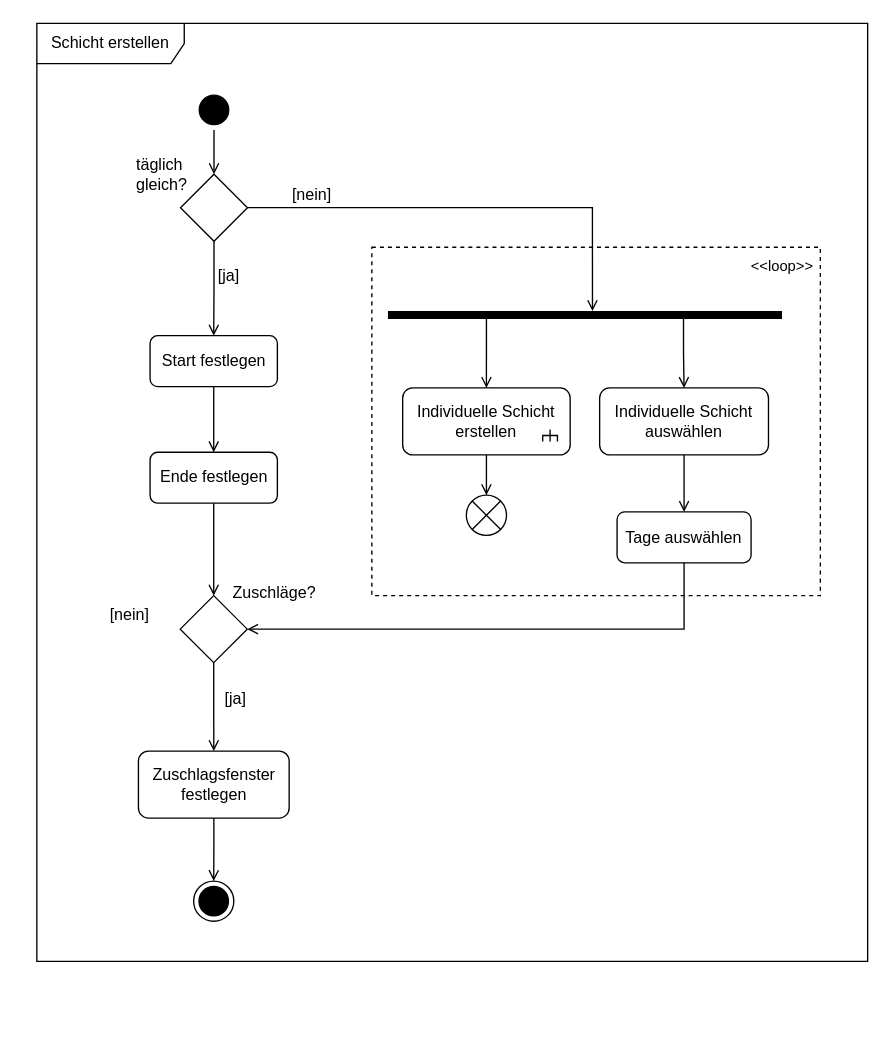
Earlier version of the draw.io diagram 4_Entwurf/4_UML/4_UML_Aktivitätsdiagramme/ad_SchichtErstellen.drawio (annikalenneper/praxisprojekt_mi_bachelor_SoSe24). Source tidied: cells renumbered, new cells numbered last; positions are measured from the earlier drawing's top-left corner, leaving out a move shared by most shapes. Both pictures are drawn from the tidied source at 134%, with x=0, y=0 at pixel (36, 23).
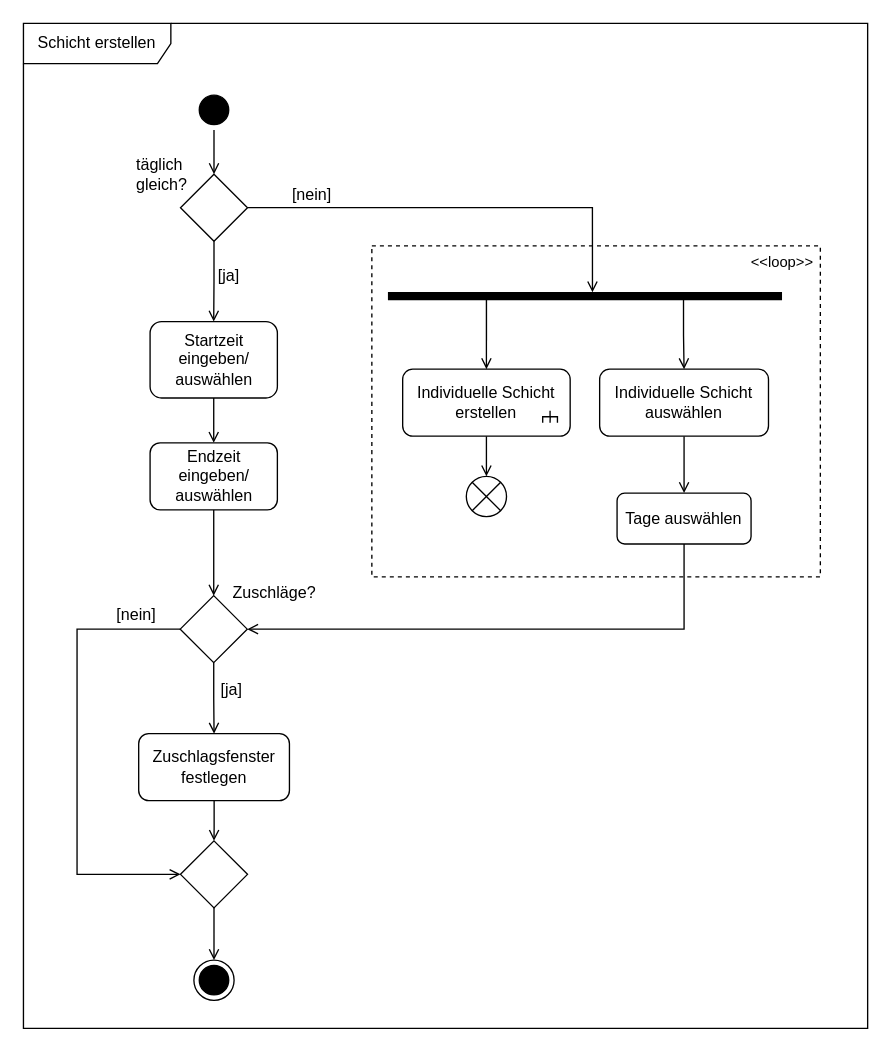
After the change.

Commit message:
added missing merge-node to ad "create shift"

Unchanged cells that the change refers to:
```xml
<mxCell id="17" style="rhombus;whiteSpace=wrap;html=1;" parent="1" vertex="1">
  <mxGeometry x="107" y="427" width="50" height="50" as="geometry" />
</mxCell>
```

Change to the diagram source:
```diff
@@
     <mxCell id="2" style="fontStyle=0;dashed=1;html=1;whiteSpace=wrap;fontFamily=Helvetica;fontSize=11;fontColor=default;labelBackgroundColor=none;textOpacity=0;fillColor=none;" parent="1" vertex="1">
-      <mxGeometry x="250" y="167" width="334.7" height="260" as="geometry" />
+      <mxGeometry x="250" y="166" width="334.7" height="247" as="geometry" />
     </mxCell>
     <mxCell id="3" value="Schicht erstellen" style="shape=umlFrame;whiteSpace=wrap;html=1;width=110;height=30;" parent="1" vertex="1">
-      <mxGeometry width="620" height="700" as="geometry" />
+      <mxGeometry x="-10" width="630" height="750" as="geometry" />
     </mxCell>
@@
-    <mxCell id="7" value="Start festlegen" style="rounded=1;whiteSpace=wrap;html=1;" parent="1" vertex="1">
-      <mxGeometry x="84.5" y="233" width="95" height="38" as="geometry" />
+    <mxCell id="7" value="Startzeit eingeben/ auswählen" style="rounded=1;whiteSpace=wrap;html=1;" parent="1" vertex="1">
+      <mxGeometry x="84.5" y="222.5" width="95" height="57" as="geometry" />
     </mxCell>
@@
-    <mxCell id="13" value="Ende festlegen" style="rounded=1;whiteSpace=wrap;html=1;" parent="1" vertex="1">
-      <mxGeometry x="84.5" y="320" width="95" height="38" as="geometry" />
+    <mxCell id="13" value="Endzeit eingeben/ auswählen" style="rounded=1;whiteSpace=wrap;html=1;" parent="1" vertex="1">
+      <mxGeometry x="84.5" y="313" width="95" height="50" as="geometry" />
     </mxCell>
-    <mxCell id="14" style="edgeStyle=orthogonalEdgeStyle;rounded=0;jettySize=auto;html=1;entryX=0.5;entryY=0;entryDx=0;entryDy=0;strokeColor=default;align=center;verticalAlign=middle;fontFamily=Helvetica;fontSize=11;fontColor=default;labelBackgroundColor=default;endArrow=open;endFill=0;" parent="1" edge="1" source="15" target="23">
+    <mxCell id="14" style="edgeStyle=orthogonalEdgeStyle;rounded=0;jettySize=auto;html=1;entryX=0.5;entryY=0;entryDx=0;entryDy=0;strokeColor=default;align=center;verticalAlign=middle;fontFamily=Helvetica;fontSize=11;fontColor=default;labelBackgroundColor=default;endArrow=open;endFill=0;" parent="1" edge="1" source="15" target="39">
       <mxGeometry relative="1" as="geometry" />
     </mxCell>
     <mxCell id="15" value="Zuschlagsf&lt;span style=&quot;background-color: initial;&quot;&gt;enster festlegen&lt;/span&gt;" style="rounded=1;whiteSpace=wrap;html=1;" parent="1" vertex="1">
-      <mxGeometry x="75.8" y="543" width="112.5" height="50" as="geometry" />
+      <mxGeometry x="76" y="530" width="112.5" height="50" as="geometry" />
     </mxCell>
@@
+    <mxCell id="37" style="edgeStyle=orthogonalEdgeStyle;rounded=0;jettySize=auto;html=1;entryX=0;entryY=0.5;entryDx=0;entryDy=0;endArrow=open;endFill=0;" parent="1" edge="1" source="17" target="39">
+      <mxGeometry relative="1" as="geometry">
+        <Array as="points">
+          <mxPoint x="30" y="452" />
+          <mxPoint x="30" y="635" />
+        </Array>
+      </mxGeometry>
+    </mxCell>
@@
     <mxCell id="19" value="Individuelle Schicht erstellen" style="rounded=1;whiteSpace=wrap;html=1;" parent="1" vertex="1">
-      <mxGeometry x="273" y="272" width="125" height="50" as="geometry" />
+      <mxGeometry x="273" y="258" width="125" height="50" as="geometry" />
     </mxCell>
@@
     <mxCell id="23" style="ellipse;html=1;shape=endState;fillColor=strokeColor;" parent="1" vertex="1">
-      <mxGeometry x="117" y="640" width="30" height="30" as="geometry" />
+      <mxGeometry x="117.2" y="699" width="30" height="30" as="geometry" />
     </mxCell>
     <mxCell id="24" value="[ja]" style="text;html=1;align=center;verticalAlign=middle;strokeColor=none;fillColor=none;" parent="1" vertex="1">
-      <mxGeometry x="128" y="489" width="40" height="30" as="geometry" />
+      <mxGeometry x="125" y="483" width="40" height="30" as="geometry" />
     </mxCell>
     <mxCell id="25" value="[nein]" style="text;html=1;align=center;verticalAlign=middle;strokeColor=none;fillColor=none;" parent="1" vertex="1">
-      <mxGeometry x="44" y="427" width="50" height="30" as="geometry" />
+      <mxGeometry x="49" y="427" width="50" height="30" as="geometry" />
     </mxCell>
@@
     <mxCell id="27" value="Individuelle Schicht auswählen" style="rounded=1;whiteSpace=wrap;html=1;" parent="1" vertex="1">
-      <mxGeometry x="420" y="272" width="126" height="50" as="geometry" />
+      <mxGeometry x="420" y="258" width="126" height="50" as="geometry" />
     </mxCell>
     <mxCell id="28" value="Tage auswählen" style="rounded=1;whiteSpace=wrap;html=1;" parent="1" vertex="1">
-      <mxGeometry x="433" y="364.5" width="100" height="38" as="geometry" />
+      <mxGeometry x="433" y="350.5" width="100" height="38" as="geometry" />
     </mxCell>
@@
     <mxCell id="30" style="strokeWidth=1;html=1;shape=mxgraph.flowchart.annotation_2;align=left;labelPosition=right;rotation=90;" parent="1" vertex="1">
-      <mxGeometry x="378.5" y="302" width="9" height="11" as="geometry" />
+      <mxGeometry x="378.5" y="288" width="9" height="11" as="geometry" />
     </mxCell>
@@
     <mxCell id="34" style="shape=line;html=1;strokeWidth=6;strokeColor=#000000;fillColor=#000000;fontFamily=Helvetica;fontSize=11;fontColor=default;labelBackgroundColor=default;" parent="1" vertex="1">
-      <mxGeometry x="262" y="212.5" width="294.1" height="10" as="geometry" />
+      <mxGeometry x="262" y="198.5" width="294.1" height="10" as="geometry" />
     </mxCell>
     <mxCell id="35" style="shape=sumEllipse;perimeter=ellipsePerimeter;html=1;backgroundOutline=1;fontFamily=Helvetica;fontSize=11;fontColor=default;labelBackgroundColor=default;" parent="1" vertex="1">
-      <mxGeometry x="320.5" y="352" width="30" height="30" as="geometry" />
+      <mxGeometry x="320.5" y="338" width="30" height="30" as="geometry" />
     </mxCell>
     <mxCell id="36" value="&amp;lt;&amp;lt;loop&amp;gt;&amp;gt;" style="text;html=1;align=center;verticalAlign=middle;strokeColor=none;fillColor=none;fontFamily=Helvetica;fontSize=11;fontColor=default;labelBackgroundColor=default;" parent="1" vertex="1">
-      <mxGeometry x="521" y="165.5" width="70" height="30" as="geometry" />
+      <mxGeometry x="521" y="162.5" width="70" height="30" as="geometry" />
     </mxCell>
+    <mxCell id="38" style="edgeStyle=orthogonalEdgeStyle;rounded=0;jettySize=auto;html=1;entryX=0.5;entryY=0;entryDx=0;entryDy=0;endArrow=open;endFill=0;" parent="1" edge="1" source="39" target="23">
+      <mxGeometry relative="1" as="geometry" />
+    </mxCell>
+    <mxCell id="39" style="rhombus;whiteSpace=wrap;html=1;" parent="1" vertex="1">
+      <mxGeometry x="107.2" y="610" width="50" height="50" as="geometry" />
+    </mxCell>
```
